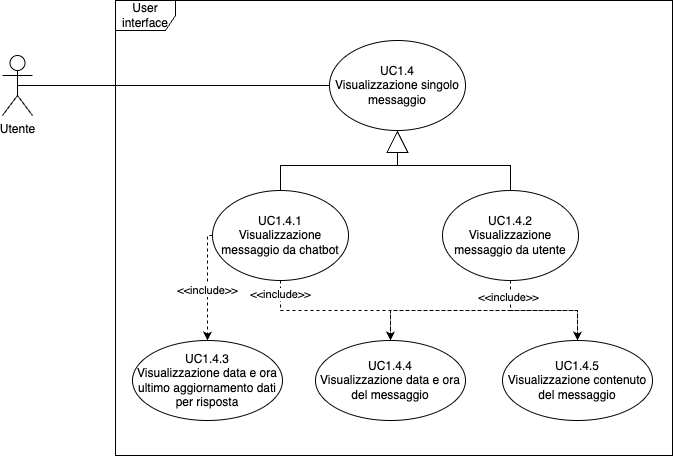
Above: images/analisi-dei-requisiti/UC_view_single_mess.png in SweeTenTeam/Docs (draw.io), before the change. Source tidied: cells renumbered, new cells last; positions are measured from the earlier drawing's top-left corner, leaving out a move shared by most shapes.
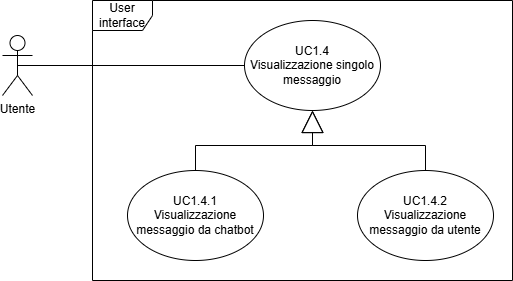
The same file after the commit.

Change to the diagram source:
```diff
@@ -3,10 +3,10 @@
     <mxCell id="0" />
     <mxCell id="1" parent="0" />
     <mxCell id="2" value="User interface" style="shape=umlFrame;whiteSpace=wrap;html=1;" parent="1" vertex="1">
-      <mxGeometry x="113" width="557" height="455" as="geometry" />
+      <mxGeometry x="175" y="20" width="420" height="280" as="geometry" />
     </mxCell>
     <mxCell id="3" value="Utente" style="shape=umlActor;verticalLabelPosition=bottom;verticalAlign=top;html=1;" parent="1" vertex="1">
-      <mxGeometry y="55" width="30" height="60" as="geometry" />
+      <mxGeometry x="85" y="55" width="30" height="60" as="geometry" />
     </mxCell>
     <mxCell id="4" style="edgeStyle=orthogonalEdgeStyle;rounded=0;jettySize=auto;html=1;entryX=0.5;entryY=0;entryDx=0;entryDy=0;endArrow=none;startFill=0;startArrow=block;startSize=20;" parent="1" edge="1" source="6" target="19">
       <mxGeometry relative="1" as="geometry" />
@@ -17,58 +17,14 @@
     <mxCell id="6" value="UC1.4&lt;br&gt;Visualizzazione singolo messaggio" style="ellipse;whiteSpace=wrap;html=1;" parent="1" vertex="1">
       <mxGeometry x="327" y="40" width="136" height="90" as="geometry" />
     </mxCell>
-    <mxCell id="7" value="&lt;span style=&quot;text-wrap-mode: nowrap;&quot;&gt;UC1.4.5&lt;/span&gt;&lt;div&gt;Visualizzazione contenuto del messaggio&lt;/div&gt;" style="ellipse;whiteSpace=wrap;html=1;" parent="1" vertex="1">
-      <mxGeometry x="500" y="340" width="150" height="80" as="geometry" />
-    </mxCell>
     <mxCell id="8" style="endArrow=none;html=1;rounded=0;exitX=0.5;exitY=0.5;exitDx=0;exitDy=0;exitPerimeter=0;entryX=0;entryY=0.5;entryDx=0;entryDy=0;" parent="1" edge="1" source="3" target="6">
       <mxGeometry relative="1" as="geometry" />
     </mxCell>
-    <mxCell id="9" value="&lt;span style=&quot;text-wrap-mode: nowrap;&quot;&gt;UC1.4.4&lt;/span&gt;&lt;div&gt;Visualizzazione data e ora del messaggio&lt;/div&gt;" style="ellipse;whiteSpace=wrap;html=1;" parent="1" vertex="1">
-      <mxGeometry x="313" y="340" width="150" height="80" as="geometry" />
-    </mxCell>
-    <mxCell id="10" style="edgeStyle=orthogonalEdgeStyle;rounded=0;jettySize=auto;html=1;entryX=0.5;entryY=0;entryDx=0;entryDy=0;dashed=1;" parent="1" edge="1" source="13" target="9">
-      <mxGeometry relative="1" as="geometry" />
-    </mxCell>
-    <mxCell id="11" style="edgeStyle=orthogonalEdgeStyle;rounded=0;jettySize=auto;html=1;entryX=0.5;entryY=0;entryDx=0;entryDy=0;dashed=1;" parent="1" edge="1" source="13" target="7">
-      <mxGeometry relative="1" as="geometry" />
-    </mxCell>
-    <mxCell id="12" value="&amp;lt;&amp;lt;include&amp;gt;&amp;gt;" style="edgeLabel;html=1;align=center;verticalAlign=middle;" parent="11" vertex="1">
-      <mxGeometry x="-0.73" y="-2" relative="1" as="geometry" />
-    </mxCell>
     <mxCell id="13" value="UC1.4.2&lt;br&gt;Visualizzazione messaggio da utente" style="ellipse;whiteSpace=wrap;html=1;" parent="1" vertex="1">
       <mxGeometry x="440" y="190" width="136" height="90" as="geometry" />
     </mxCell>
-    <mxCell id="14" style="edgeStyle=orthogonalEdgeStyle;rounded=0;jettySize=auto;html=1;exitX=0;exitY=0.5;exitDx=0;exitDy=0;dashed=1;" parent="1" edge="1" source="19" target="20">
-      <mxGeometry relative="1" as="geometry">
-        <Array as="points">
-          <mxPoint x="205" y="235" />
-        </Array>
-      </mxGeometry>
-    </mxCell>
-    <mxCell id="15" value="&amp;lt;&amp;lt;include&amp;gt;&amp;gt;" style="edgeLabel;html=1;align=center;verticalAlign=middle;" parent="14" vertex="1">
-      <mxGeometry x="-0.11" y="1" relative="1" as="geometry">
-        <mxPoint x="-1" y="11" as="offset" />
-      </mxGeometry>
-    </mxCell>
-    <mxCell id="16" style="edgeStyle=orthogonalEdgeStyle;rounded=0;jettySize=auto;html=1;dashed=1;" parent="1" edge="1" source="19" target="9">
-      <mxGeometry relative="1" as="geometry" />
-    </mxCell>
-    <mxCell id="17" style="edgeStyle=orthogonalEdgeStyle;rounded=0;jettySize=auto;html=1;entryX=0.5;entryY=0;entryDx=0;entryDy=0;dashed=1;" parent="1" edge="1" source="19" target="7">
-      <mxGeometry relative="1" as="geometry">
-        <Array as="points">
-          <mxPoint x="278" y="310" />
-          <mxPoint x="575" y="310" />
-        </Array>
-      </mxGeometry>
-    </mxCell>
-    <mxCell id="18" value="&amp;lt;&amp;lt;include&amp;gt;&amp;gt;" style="edgeLabel;html=1;align=center;verticalAlign=middle;" parent="17" vertex="1">
-      <mxGeometry x="-0.92" relative="1" as="geometry" />
-    </mxCell>
     <mxCell id="19" value="UC1.4.1&lt;br&gt;Visualizzazione messaggio da chatbot" style="ellipse;whiteSpace=wrap;html=1;" parent="1" vertex="1">
       <mxGeometry x="210" y="190" width="136" height="90" as="geometry" />
     </mxCell>
-    <mxCell id="20" value="&lt;span style=&quot;text-wrap-mode: nowrap;&quot;&gt;UC1.4.3&lt;/span&gt;&lt;div&gt;Visualizzazione data e ora ultimo aggiornamento dati per risposta&lt;/div&gt;" style="ellipse;whiteSpace=wrap;html=1;" parent="1" vertex="1">
-      <mxGeometry x="130" y="340" width="150" height="80" as="geometry" />
-    </mxCell>
   </root>
 </mxGraphModel>
```
